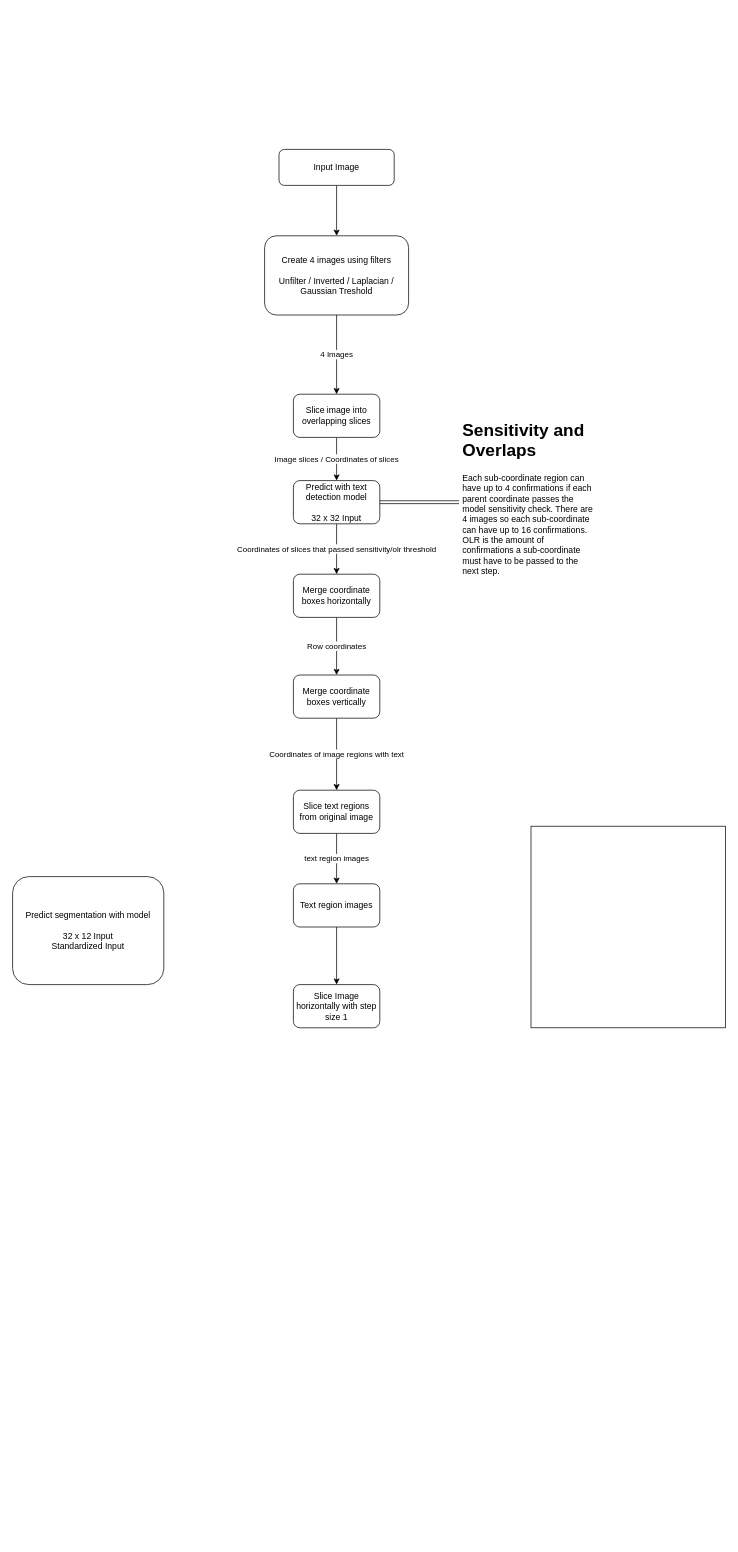
Earlier version of the draw.io diagram ocr_outline.drawio (BoomboxAstronaut/OCR). Source tidied: cells renumbered, new cells numbered last; positions are measured from the earlier drawing's top-left corner, leaving out a move shared by most shapes. Both pictures are drawn from the tidied source at 72%, with x=0, y=0 at pixel (12, 149).
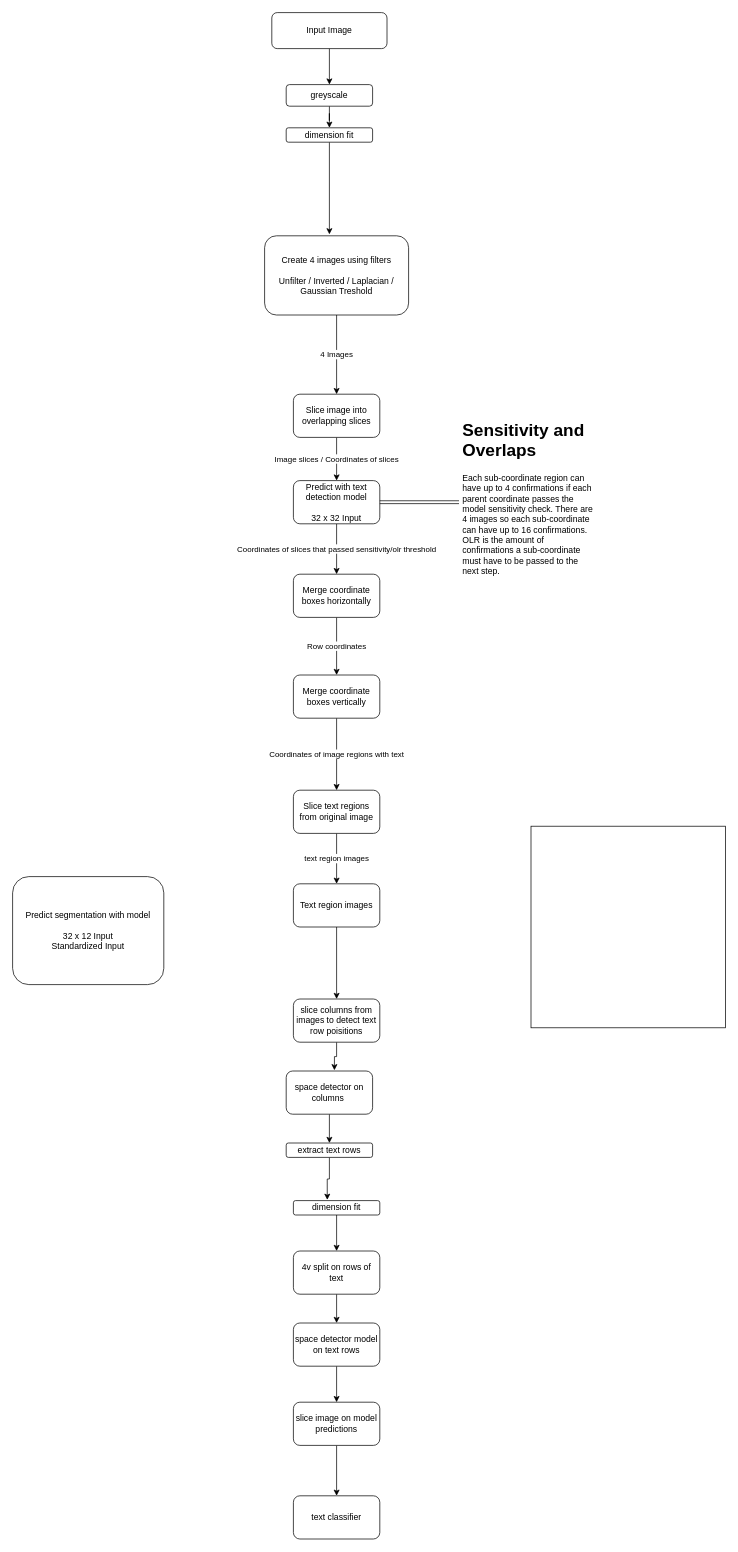
The same page after the edit.

The change refers to these unchanged cells:
```xml
<mxCell id="5" value="Create 4 images using filters&lt;br&gt;&lt;br&gt;Unfilter / Inverted / Laplacian / Gaussian Treshold" style="rounded=1;whiteSpace=wrap;html=1;" parent="1" vertex="1">
  <mxGeometry x="350" y="120" width="200" height="110" as="geometry" />
</mxCell>
<mxCell id="19" value="Text region images" style="rounded=1;whiteSpace=wrap;html=1;" parent="1" vertex="1">
  <mxGeometry x="390" y="1020" width="120" height="60" as="geometry" />
</mxCell>
```

Diff of the diagram source:
```diff
@@
-    <mxCell id="2" style="edgeStyle=orthogonalEdgeStyle;rounded=0;jettySize=auto;html=1;entryX=0.5;entryY=0;entryDx=0;entryDy=0;" parent="1" edge="1" source="3" target="5">
-      <mxGeometry relative="1" as="geometry">
-        <Array as="points">
-          <mxPoint x="450" y="80" />
-          <mxPoint x="450" y="80" />
-        </Array>
-      </mxGeometry>
-    </mxCell>
+    <mxCell id="23" style="edgeStyle=orthogonalEdgeStyle;rounded=0;jettySize=auto;html=1;entryX=0.5;entryY=0;entryDx=0;entryDy=0;" parent="1" edge="1" source="3" target="25">
+      <mxGeometry relative="1" as="geometry" />
+    </mxCell>
     <mxCell id="3" value="Input Image" style="rounded=1;whiteSpace=wrap;html=1;" parent="1" vertex="1">
-      <mxGeometry x="370" width="160" height="50" as="geometry" />
+      <mxGeometry x="360" y="-190" width="160" height="50" as="geometry" />
     </mxCell>
@@
-    <mxCell id="18" style="edgeStyle=orthogonalEdgeStyle;rounded=0;jettySize=auto;html=1;entryX=0.5;entryY=0;entryDx=0;entryDy=0;" parent="1" edge="1" source="19" target="20">
+    <mxCell id="18" style="edgeStyle=orthogonalEdgeStyle;rounded=0;jettySize=auto;html=1;entryX=0.5;entryY=0;entryDx=0;entryDy=0;" parent="1" edge="1" source="19" target="29">
       <mxGeometry relative="1" as="geometry" />
     </mxCell>
@@
-    <mxCell id="20" value="Slice Image horizontally with step size 1" style="rounded=1;whiteSpace=wrap;html=1;" parent="1" vertex="1">
-      <mxGeometry x="390" y="1160" width="120" height="60" as="geometry" />
-    </mxCell>
@@
+    <mxCell id="24" style="edgeStyle=orthogonalEdgeStyle;rounded=0;jettySize=auto;html=1;entryX=0.5;entryY=0;entryDx=0;entryDy=0;" parent="1" edge="1" source="25" target="27">
+      <mxGeometry relative="1" as="geometry" />
+    </mxCell>
+    <mxCell id="25" value="greyscale" style="rounded=1;whiteSpace=wrap;html=1;" parent="1" vertex="1">
+      <mxGeometry x="380" y="-90" width="120" height="30" as="geometry" />
+    </mxCell>
+    <mxCell id="26" style="edgeStyle=orthogonalEdgeStyle;rounded=0;jettySize=auto;html=1;entryX=0.45;entryY=-0.018;entryDx=0;entryDy=0;entryPerimeter=0;" parent="1" edge="1" source="27" target="5">
+      <mxGeometry relative="1" as="geometry" />
+    </mxCell>
+    <mxCell id="27" value="dimension fit" style="rounded=1;whiteSpace=wrap;html=1;" parent="1" vertex="1">
+      <mxGeometry x="380" y="-30" width="120" height="20" as="geometry" />
+    </mxCell>
+    <mxCell id="28" style="edgeStyle=orthogonalEdgeStyle;rounded=0;jettySize=auto;html=1;entryX=0.558;entryY=-0.017;entryDx=0;entryDy=0;entryPerimeter=0;" parent="1" edge="1" source="29" target="37">
+      <mxGeometry relative="1" as="geometry" />
+    </mxCell>
+    <mxCell id="29" value="slice columns from images to detect text row poisitions" style="rounded=1;whiteSpace=wrap;html=1;" parent="1" vertex="1">
+      <mxGeometry x="390" y="1180" width="120" height="60" as="geometry" />
+    </mxCell>
+    <mxCell id="30" style="edgeStyle=orthogonalEdgeStyle;rounded=0;jettySize=auto;html=1;entryX=0.392;entryY=-0.05;entryDx=0;entryDy=0;entryPerimeter=0;" parent="1" edge="1" source="31" target="35">
+      <mxGeometry relative="1" as="geometry" />
+    </mxCell>
+    <mxCell id="31" value="extract text rows" style="rounded=1;whiteSpace=wrap;html=1;" parent="1" vertex="1">
+      <mxGeometry x="380" y="1380" width="120" height="20" as="geometry" />
+    </mxCell>
+    <mxCell id="32" style="edgeStyle=orthogonalEdgeStyle;rounded=0;jettySize=auto;html=1;entryX=0.5;entryY=0;entryDx=0;entryDy=0;" parent="1" edge="1" source="33" target="39">
+      <mxGeometry relative="1" as="geometry" />
+    </mxCell>
+    <mxCell id="33" value="4v split on rows of text" style="rounded=1;whiteSpace=wrap;html=1;" parent="1" vertex="1">
+      <mxGeometry x="390" y="1530" width="120" height="60" as="geometry" />
+    </mxCell>
+    <mxCell id="34" style="edgeStyle=orthogonalEdgeStyle;rounded=0;jettySize=auto;html=1;entryX=0.5;entryY=0;entryDx=0;entryDy=0;" parent="1" edge="1" source="35" target="33">
+      <mxGeometry relative="1" as="geometry" />
+    </mxCell>
+    <mxCell id="35" value="dimension fit" style="rounded=1;whiteSpace=wrap;html=1;" parent="1" vertex="1">
+      <mxGeometry x="390" y="1460" width="120" height="20" as="geometry" />
+    </mxCell>
+    <mxCell id="36" style="edgeStyle=orthogonalEdgeStyle;rounded=0;jettySize=auto;html=1;entryX=0.5;entryY=0;entryDx=0;entryDy=0;" parent="1" edge="1" source="37" target="31">
+      <mxGeometry relative="1" as="geometry" />
+    </mxCell>
+    <mxCell id="37" value="space detector on columns&amp;nbsp;" style="rounded=1;whiteSpace=wrap;html=1;" parent="1" vertex="1">
+      <mxGeometry x="380" y="1280" width="120" height="60" as="geometry" />
+    </mxCell>
+    <mxCell id="38" style="edgeStyle=orthogonalEdgeStyle;rounded=0;jettySize=auto;html=1;entryX=0.5;entryY=0;entryDx=0;entryDy=0;" parent="1" edge="1" source="39" target="41">
+      <mxGeometry relative="1" as="geometry" />
+    </mxCell>
+    <mxCell id="39" value="space detector model on text rows" style="rounded=1;whiteSpace=wrap;html=1;" parent="1" vertex="1">
+      <mxGeometry x="390" y="1630" width="120" height="60" as="geometry" />
+    </mxCell>
+    <mxCell id="40" style="edgeStyle=orthogonalEdgeStyle;rounded=0;jettySize=auto;html=1;entryX=0.5;entryY=0;entryDx=0;entryDy=0;" parent="1" edge="1" source="41" target="42">
+      <mxGeometry relative="1" as="geometry" />
+    </mxCell>
+    <mxCell id="41" value="slice image on model predictions" style="rounded=1;whiteSpace=wrap;html=1;" parent="1" vertex="1">
+      <mxGeometry x="390" y="1740" width="120" height="60" as="geometry" />
+    </mxCell>
+    <mxCell id="42" value="text classifier" style="rounded=1;whiteSpace=wrap;html=1;" parent="1" vertex="1">
+      <mxGeometry x="390" y="1870" width="120" height="60" as="geometry" />
+    </mxCell>
```
